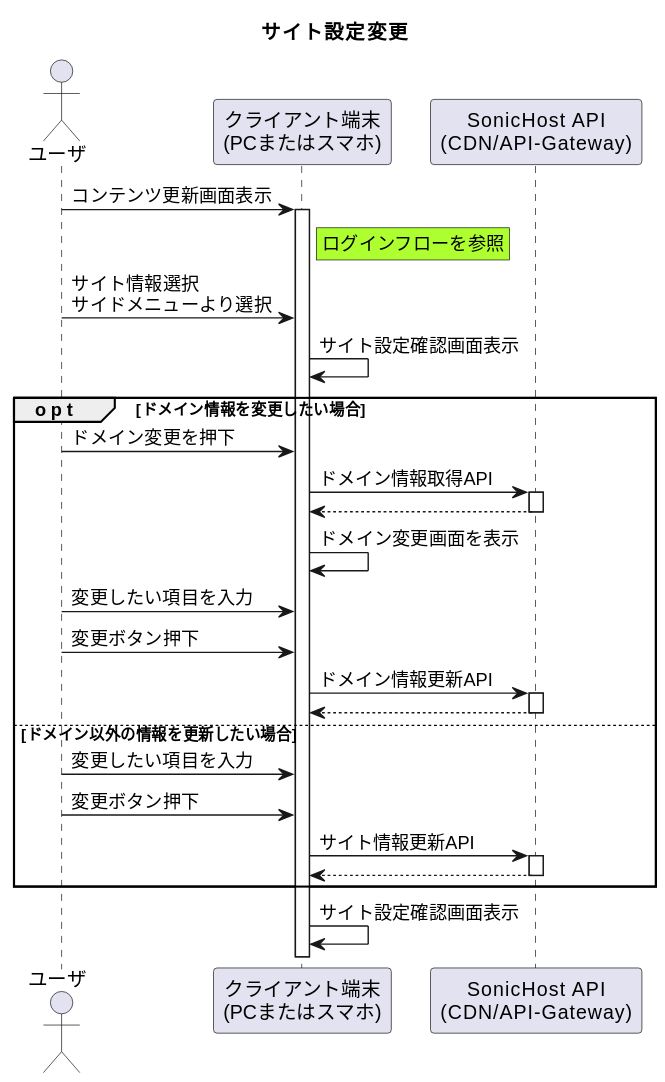
Before: 01_Sequences/03_SiteRegistration/02_changeSiteSetting/changeSiteSettingFlow.svg, a diagram exported from PlantUML (Sonic-Host/documents).
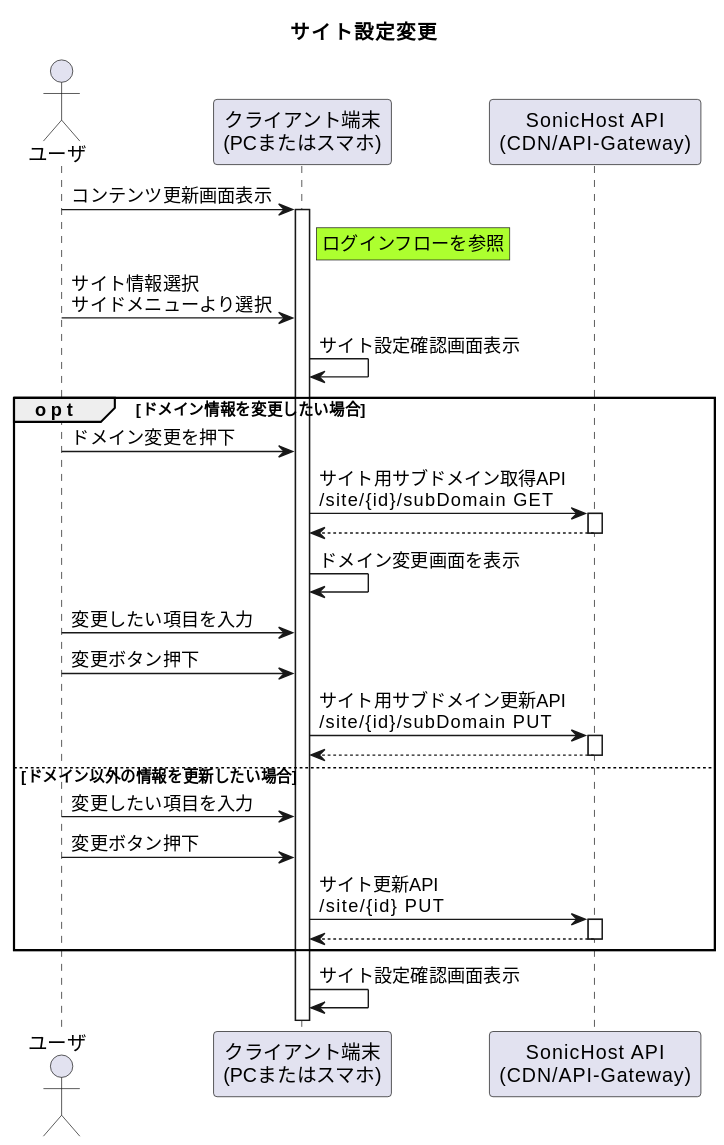
After the commit.

Diff of the diagram source:
```diff
@@ -14,17 +14,17 @@
 
 opt ドメイン情報を変更したい場合
     user -> device : ドメイン変更を押下
-    device -> api ++ : ドメイン情報取得API
+    device -> api ++ : サイト用サブドメイン取得API \n/site/{id}/subDomain GET
     device <-- api --
     device -> device : ドメイン変更画面を表示
     user -> device : 変更したい項目を入力
     user -> device : 変更ボタン押下
-    device -> api ++ : ドメイン情報更新API
+    device -> api ++ : サイト用サブドメイン更新API \n/site/{id}/subDomain PUT
     device <-- api --
 else ドメイン以外の情報を更新したい場合
     user -> device : 変更したい項目を入力
     user -> device : 変更ボタン押下
-    device -> api ++ : サイト情報更新API
+    device -> api ++ : サイト更新API \n/site/{id} PUT
     device <-- api --
 end
 device -> device : サイト設定確認画面表示
```
